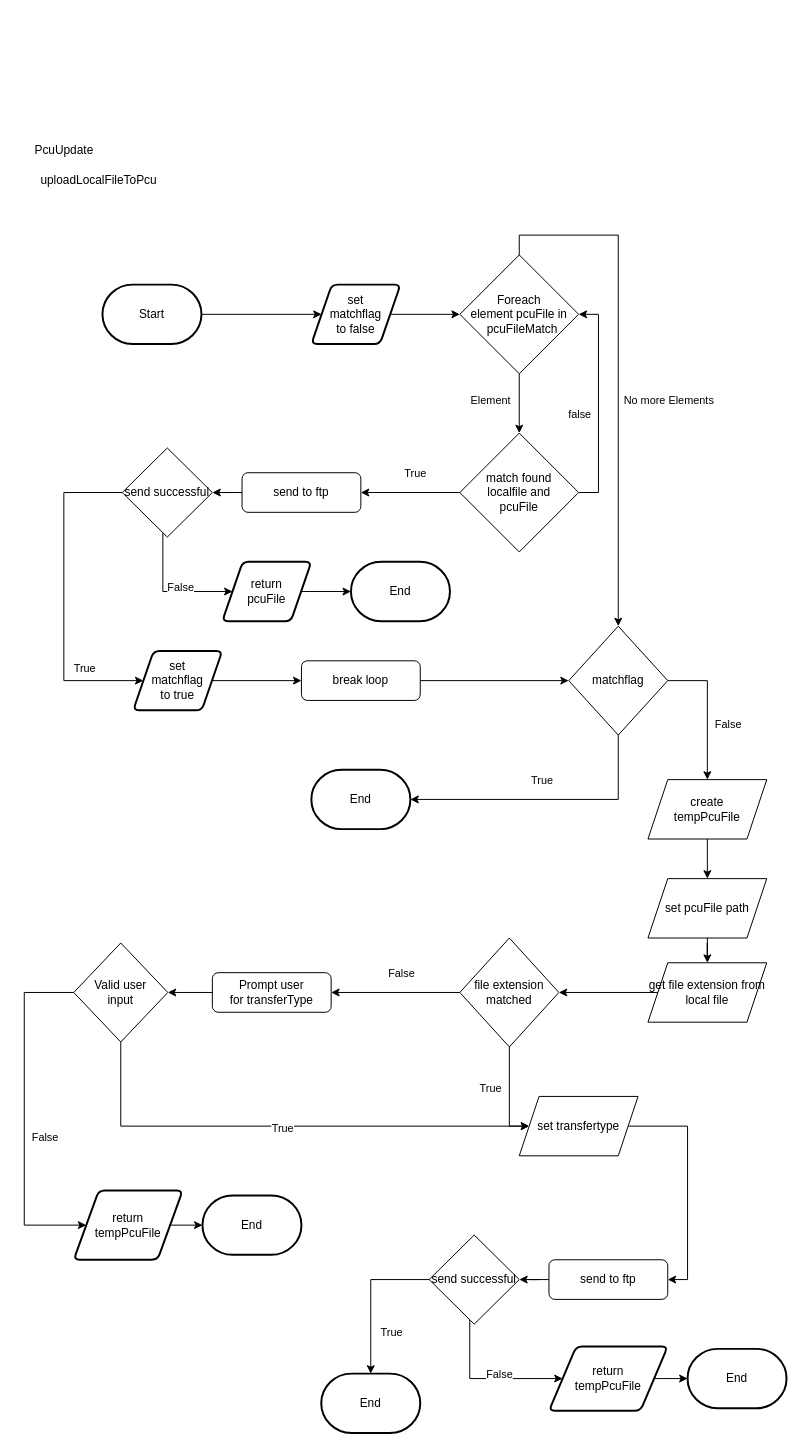
nicnike/Uml keeps this draw.io diagram as FlowChart/Update/UploadFile.drawio. Above is the earlier version. Source tidied: cells renumbered, new cells numbered last; positions are measured from the earlier drawing's top-left corner, leaving out a move shared by most shapes. Both pictures are drawn from the tidied source at 99%, with x=0, y=0 at pixel (24, 136).
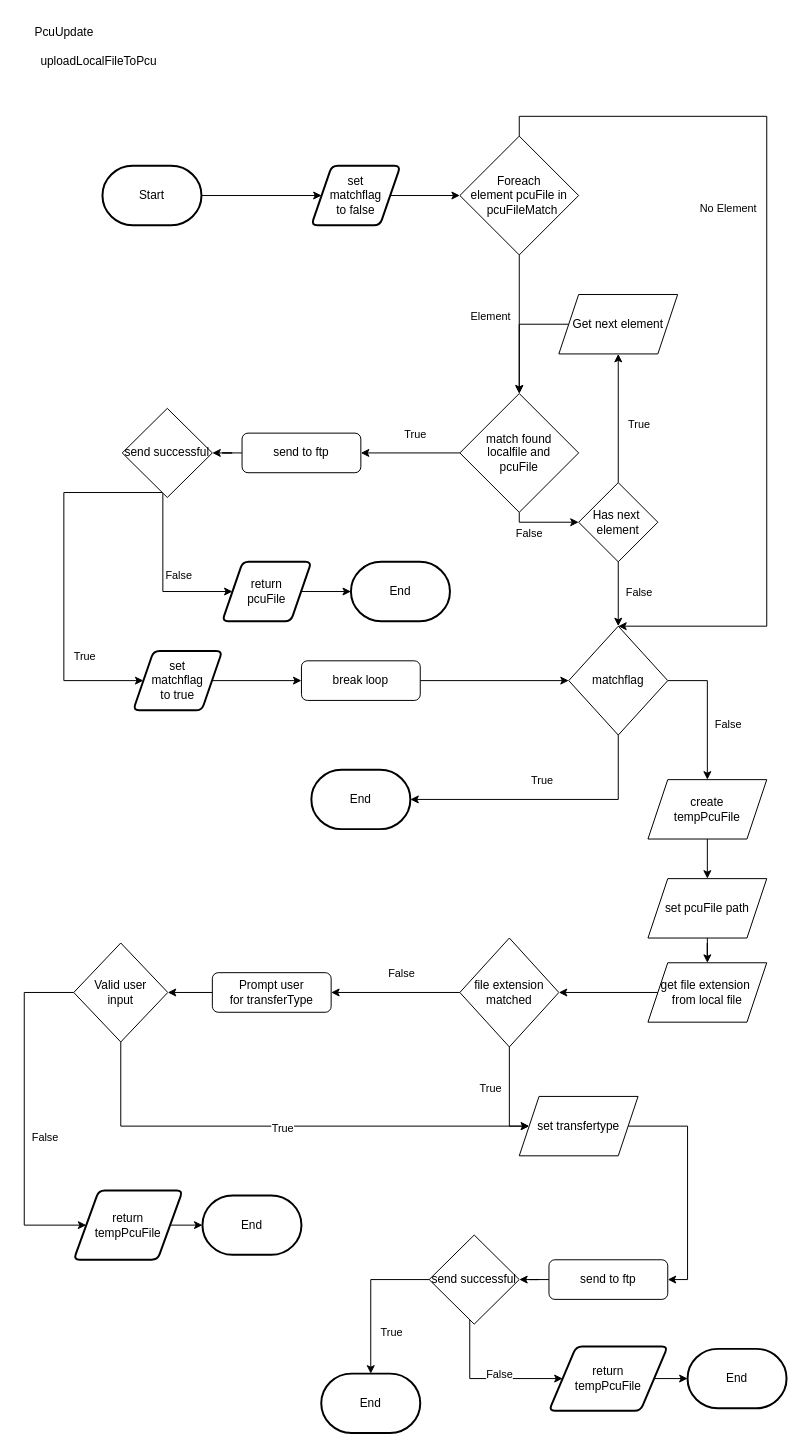
The same page after the edit.

The change refers to these unchanged cells:
```xml
<mxCell id="24" value="matchflag" style="rhombus;whiteSpace=wrap;html=1;" parent="1" vertex="1">
  <mxGeometry x="550" y="495" width="100" height="110" as="geometry" />
</mxCell>
```

What changed in the source:
```diff
@@
     <mxCell id="2" style="edgeStyle=orthogonalEdgeStyle;rounded=0;orthogonalLoop=1;jettySize=auto;html=1;" parent="1" edge="1">
       <mxGeometry relative="1" as="geometry">
-        <mxPoint x="443" y="180" as="sourcePoint" />
+        <mxPoint x="443" y="60" as="sourcePoint" />
       </mxGeometry>
     </mxCell>
@@
     <mxCell id="4" value="Start" style="strokeWidth=2;html=1;shape=mxgraph.flowchart.terminator;whiteSpace=wrap;" parent="1" vertex="1">
-      <mxGeometry x="79" y="150" width="100" height="60" as="geometry" />
+      <mxGeometry x="79" y="30" width="100" height="60" as="geometry" />
     </mxCell>
     <mxCell id="5" style="edgeStyle=orthogonalEdgeStyle;rounded=0;orthogonalLoop=1;jettySize=auto;html=1;entryX=1;entryY=0.5;entryDx=0;entryDy=0;entryPerimeter=0;" parent="1" edge="1">
       <mxGeometry relative="1" as="geometry">
-        <mxPoint x="323" y="300" as="sourcePoint" />
+        <mxPoint x="323" y="180" as="sourcePoint" />
       </mxGeometry>
     </mxCell>
     <mxCell id="6" value="PcuUpdate" style="text;html=1;align=center;verticalAlign=middle;strokeColor=none;fillColor=none;" parent="1" vertex="1">
-      <mxGeometry width="80" height="30" as="geometry" />
+      <mxGeometry y="-120" width="80" height="30" as="geometry" />
     </mxCell>
     <mxCell id="7" value="uploadLocalFileToPcu" style="text;html=1;align=center;verticalAlign=middle;strokeColor=none;fillColor=none;" parent="1" vertex="1">
-      <mxGeometry y="30" width="150" height="30" as="geometry" />
+      <mxGeometry y="-90" width="150" height="30" as="geometry" />
     </mxCell>
@@
     <mxCell id="10" style="edgeStyle=orthogonalEdgeStyle;rounded=0;jettySize=auto;html=1;entryX=0.5;entryY=0;entryDx=0;entryDy=0;exitX=0.5;exitY=0;exitDx=0;exitDy=0;" parent="1" edge="1" source="12" target="24">
-      <mxGeometry relative="1" as="geometry" />
+      <mxGeometry relative="1" as="geometry">
+        <Array as="points">
+          <mxPoint x="500" y="-20" />
+          <mxPoint x="750" y="-20" />
+          <mxPoint x="750" y="495" />
+        </Array>
+      </mxGeometry>
     </mxCell>
-    <mxCell id="11" value="No more Elements" style="edgeLabel;html=1;align=center;verticalAlign=middle;" parent="10" vertex="1">
+    <mxCell id="11" value="No Element" style="edgeLabel;html=1;align=center;verticalAlign=middle;" parent="10" vertex="1">
       <mxGeometry x="0.07" y="2" relative="1" as="geometry">
-        <mxPoint x="48" y="10" as="offset" />
+        <mxPoint x="-42" y="-138" as="offset" />
       </mxGeometry>
     </mxCell>
     <mxCell id="12" value="Foreach &lt;br&gt;element pcuFile in&lt;br&gt;&amp;nbsp; pcuFileMatch" style="rhombus;whiteSpace=wrap;html=1;" parent="1" vertex="1">
-      <mxGeometry x="440" y="120" width="120" height="120" as="geometry" />
+      <mxGeometry x="440" width="120" height="120" as="geometry" />
     </mxCell>
@@
     <mxCell id="14" value="set &lt;br&gt;matchflag&lt;br&gt;to false" style="shape=parallelogram;html=1;strokeWidth=2;perimeter=parallelogramPerimeter;whiteSpace=wrap;rounded=1;arcSize=12;size=0.23;" parent="1" vertex="1">
-      <mxGeometry x="290" y="150" width="90" height="60" as="geometry" />
+      <mxGeometry x="290" y="30" width="90" height="60" as="geometry" />
     </mxCell>
@@
-    <mxCell id="17" style="edgeStyle=orthogonalEdgeStyle;rounded=0;jettySize=auto;html=1;entryX=1;entryY=0.5;entryDx=0;entryDy=0;" parent="1" edge="1" source="19" target="12">
+    <mxCell id="17" style="edgeStyle=orthogonalEdgeStyle;rounded=0;jettySize=auto;html=1;entryX=0;entryY=0.5;entryDx=0;entryDy=0;exitX=0.5;exitY=1;exitDx=0;exitDy=0;" parent="1" edge="1" source="19" target="78">
       <mxGeometry relative="1" as="geometry">
         <Array as="points">
-          <mxPoint x="580" y="360" />
-          <mxPoint x="580" y="180" />
+          <mxPoint x="500" y="390" />
         </Array>
       </mxGeometry>
     </mxCell>
-    <mxCell id="18" value="false" style="edgeLabel;html=1;align=center;verticalAlign=middle;" parent="17" vertex="1">
+    <mxCell id="18" value="False" style="edgeLabel;html=1;align=center;verticalAlign=middle;" parent="17" vertex="1">
       <mxGeometry x="-0.13" y="-2" relative="1" as="geometry">
-        <mxPoint x="-22" y="-4" as="offset" />
+        <mxPoint x="-11" y="8" as="offset" />
       </mxGeometry>
     </mxCell>
     <mxCell id="19" value="match found &lt;br&gt;localfile and &lt;br&gt;pcuFile" style="rhombus;whiteSpace=wrap;html=1;" parent="1" vertex="1">
-      <mxGeometry x="440" y="300" width="120" height="120" as="geometry" />
+      <mxGeometry x="440" y="260" width="120" height="120" as="geometry" />
     </mxCell>
@@
     <mxCell id="26" value="send to ftp" style="rounded=1;whiteSpace=wrap;html=1;fontSize=12;glass=0;strokeWidth=1;shadow=0;" parent="1" vertex="1">
-      <mxGeometry x="220" y="340" width="120" height="40" as="geometry" />
+      <mxGeometry x="220" y="300" width="120" height="40" as="geometry" />
     </mxCell>
@@
     <mxCell id="31" value="send successful" style="rhombus;whiteSpace=wrap;html=1;" parent="1" vertex="1">
-      <mxGeometry x="99" y="315" width="91" height="90" as="geometry" />
+      <mxGeometry x="99" y="275" width="91" height="90" as="geometry" />
     </mxCell>
@@
-    <mxCell id="57" value="get file extension from local file" style="shape=parallelogram;perimeter=parallelogramPerimeter;whiteSpace=wrap;html=1;fixedSize=1;" parent="1" vertex="1">
+    <mxCell id="57" value="&lt;div&gt;get file extension&amp;nbsp;&lt;/div&gt;&lt;div&gt;from local file&lt;/div&gt;" style="shape=parallelogram;perimeter=parallelogramPerimeter;whiteSpace=wrap;html=1;fixedSize=1;" parent="1" vertex="1">
       <mxGeometry x="630" y="835" width="120" height="60" as="geometry" />
     </mxCell>
@@
+    <mxCell id="74" style="edgeStyle=orthogonalEdgeStyle;rounded=0;jettySize=auto;html=1;entryX=0.5;entryY=0;entryDx=0;entryDy=0;" parent="1" edge="1" source="78" target="24">
+      <mxGeometry relative="1" as="geometry" />
+    </mxCell>
+    <mxCell id="75" value="False" style="edgeLabel;html=1;align=center;verticalAlign=middle;" parent="74" vertex="1">
+      <mxGeometry x="-0.17" y="1" relative="1" as="geometry">
+        <mxPoint x="19" y="3" as="offset" />
+      </mxGeometry>
+    </mxCell>
+    <mxCell id="76" style="edgeStyle=orthogonalEdgeStyle;rounded=0;jettySize=auto;html=1;entryX=0.5;entryY=1;entryDx=0;entryDy=0;" parent="1" edge="1" source="78" target="80">
+      <mxGeometry relative="1" as="geometry" />
+    </mxCell>
+    <mxCell id="77" value="True" style="edgeLabel;html=1;align=center;verticalAlign=middle;" parent="76" vertex="1">
+      <mxGeometry x="0.09" y="2" relative="1" as="geometry">
+        <mxPoint x="22" y="11" as="offset" />
+      </mxGeometry>
+    </mxCell>
+    <mxCell id="78" value="&lt;div&gt;Has next&amp;nbsp;&lt;/div&gt;&lt;div&gt;element&lt;/div&gt;" style="rhombus;whiteSpace=wrap;html=1;" parent="1" vertex="1">
+      <mxGeometry x="560" y="350" width="80" height="80" as="geometry" />
+    </mxCell>
+    <mxCell id="79" style="edgeStyle=orthogonalEdgeStyle;rounded=0;jettySize=auto;html=1;entryX=0.5;entryY=0;entryDx=0;entryDy=0;exitX=0;exitY=0.5;exitDx=0;exitDy=0;" parent="1" edge="1" source="80" target="19">
+      <mxGeometry relative="1" as="geometry">
+        <Array as="points">
+          <mxPoint x="500" y="190" />
+        </Array>
+      </mxGeometry>
+    </mxCell>
+    <mxCell id="80" value="Get next element" style="shape=parallelogram;perimeter=parallelogramPerimeter;whiteSpace=wrap;html=1;fixedSize=1;" parent="1" vertex="1">
+      <mxGeometry x="540" y="160" width="120" height="60" as="geometry" />
+    </mxCell>
```
